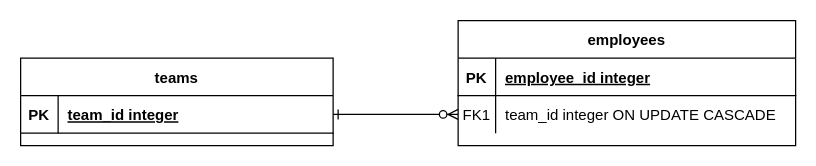
Above: Диаграмма без названия.drawio in mackchay/pg_FKtest (draw.io), before the change. Source tidied: cells renumbered, new cells numbered last; positions are measured from the earlier drawing's top-left corner, leaving out a move shared by most shapes. Both pictures are drawn from the tidied source at 125%, with x=0, y=0 at pixel (20, 20).
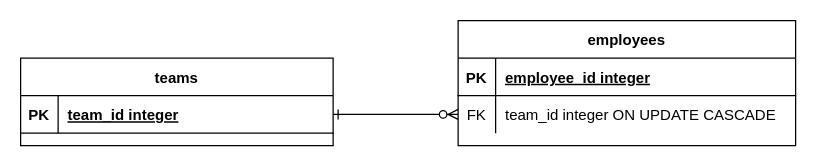
After the change.

Diff of the diagram source:
```diff
@@
 <mxGraphModel>
   <root>
     <mxCell id="0" />
     <mxCell id="1" parent="0" />
     <mxCell id="2" style="edgeStyle=entityRelationEdgeStyle;endArrow=ERzeroToMany;startArrow=ERone;endFill=1;startFill=0;" parent="1" edge="1" source="11" target="7">
       <mxGeometry relative="1" as="geometry" />
     </mxCell>
     <mxCell id="3" value="employees" style="shape=table;startSize=30;childLayout=tableLayout;rowLines=0;fontStyle=1;align=center;" parent="1" vertex="1">
       <mxGeometry x="350" width="270" height="100" as="geometry" />
     </mxCell>
     <mxCell id="4" style="shape=partialRectangle;fillColor=none;top=0;left=0;right=0;bottom=1;" parent="3" vertex="1">
       <mxGeometry y="30" width="270" height="30" as="geometry" />
     </mxCell>
     <mxCell id="5" value="PK" style="shape=partialRectangle;overflow=hidden;fillColor=none;top=0;left=0;bottom=0;right=0;fontStyle=1;" parent="4" vertex="1">
       <mxGeometry width="30" height="30" as="geometry" />
     </mxCell>
     <mxCell id="6" value="employee_id integer" style="shape=partialRectangle;overflow=hidden;fillColor=none;top=0;left=0;bottom=0;right=0;align=left;spacingLeft=6;fontStyle=5;" parent="4" vertex="1">
       <mxGeometry x="30" width="240" height="30" as="geometry" />
     </mxCell>
     <mxCell id="7" style="shape=partialRectangle;fillColor=none;points=[[0,0.5],[1,0.5]];portConstraint=eastwest;top=0;left=0;right=0;bottom=0;" parent="3" vertex="1">
       <mxGeometry y="60" width="270" height="30" as="geometry" />
     </mxCell>
-    <mxCell id="8" value="FK1" style="shape=partialRectangle;overflow=hidden;fillColor=none;top=0;left=0;bottom=0;right=0;" parent="7" vertex="1">
+    <mxCell id="8" value="FK" style="shape=partialRectangle;overflow=hidden;fillColor=none;top=0;left=0;bottom=0;right=0;" parent="7" vertex="1">
       <mxGeometry width="30" height="30" as="geometry" />
     </mxCell>
     <mxCell id="9" value="team_id integer ON UPDATE CASCADE" style="shape=partialRectangle;overflow=hidden;fillColor=none;top=0;left=0;bottom=0;right=0;align=left;spacingLeft=6;" parent="7" vertex="1">
       <mxGeometry x="30" width="240" height="30" as="geometry" />
     </mxCell>
     <mxCell id="10" value="teams" style="shape=table;startSize=30;childLayout=tableLayout;rowLines=0;fontStyle=1;align=center;" parent="1" vertex="1">
       <mxGeometry y="30" width="250" height="70" as="geometry" />
     </mxCell>
     <mxCell id="11" style="shape=partialRectangle;fillColor=none;points=[[0,0.5],[1,0.5]];portConstraint=eastwest;top=0;left=0;right=0;bottom=1;" parent="10" vertex="1">
       <mxGeometry y="30" width="250" height="30" as="geometry" />
     </mxCell>
     <mxCell id="12" value="PK" style="shape=partialRectangle;overflow=hidden;fillColor=none;top=0;left=0;bottom=0;right=0;fontStyle=1;" parent="11" vertex="1">
       <mxGeometry width="30" height="30" as="geometry" />
     </mxCell>
     <mxCell id="13" value="team_id integer" style="shape=partialRectangle;overflow=hidden;fillColor=none;top=0;left=0;bottom=0;right=0;align=left;spacingLeft=6;fontStyle=5;" parent="11" vertex="1">
       <mxGeometry x="30" width="220" height="30" as="geometry" />
     </mxCell>
   </root>
 </mxGraphModel>
```
